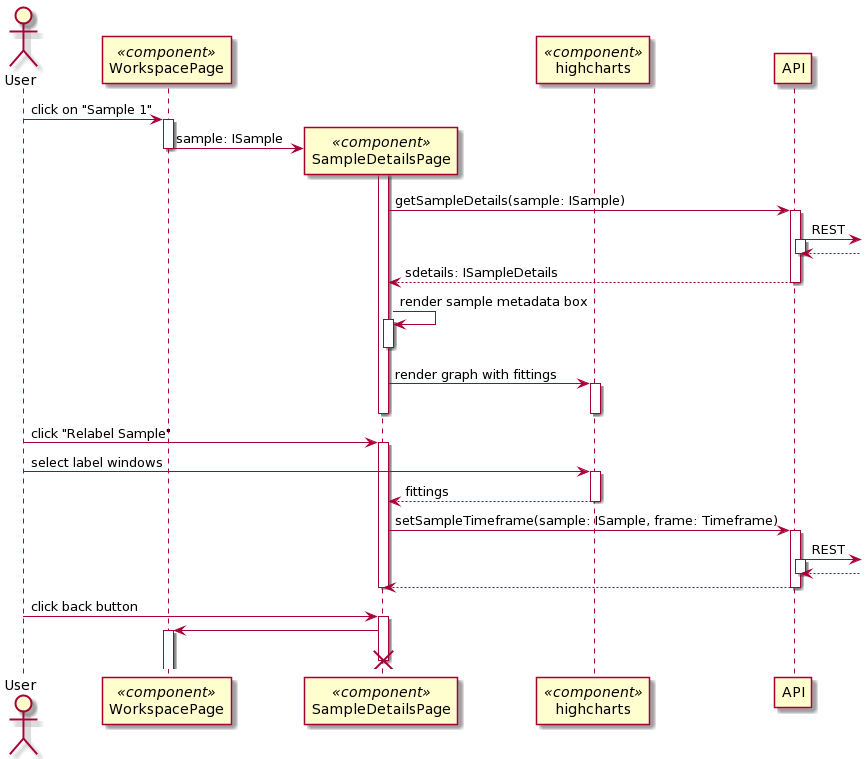
PSE-TECO-2020-TEAM1/e2e-ml_docs keeps this PlantUML diagram as Design/Documentation/figures/seq-fitting-a-sample.png. Above is the earlier version. The source it was exported from:
```plantuml
@startuml
autoactivate on

actor User as u
participant WorkspacePage as wp << component >>
participant SampleDetailsPage as sd << component >>
participant highcharts as h << component >>
participant API as api

u -> wp: click on "Sample 1"
wp -> sd **: sample: ISample
deactivate wp
activate sd
sd -> api: getSampleDetails(sample: ISample)
api ->]: REST
return
return sdetails: ISampleDetails
sd -> sd: render sample metadata box
deactivate
sd -> h: render graph with fittings
deactivate
deactivate

u -> sd: click "Relabel Sample"
u -> h: select label windows
h --> sd: fittings
deactivate h
sd -> api: setSampleTimeframe(sample: ISample, frame: Timeframe)
api ->]: REST
return
return
deactivate sd

u -> sd: click back button
sd -> wp
destroy sd
@enduml
```
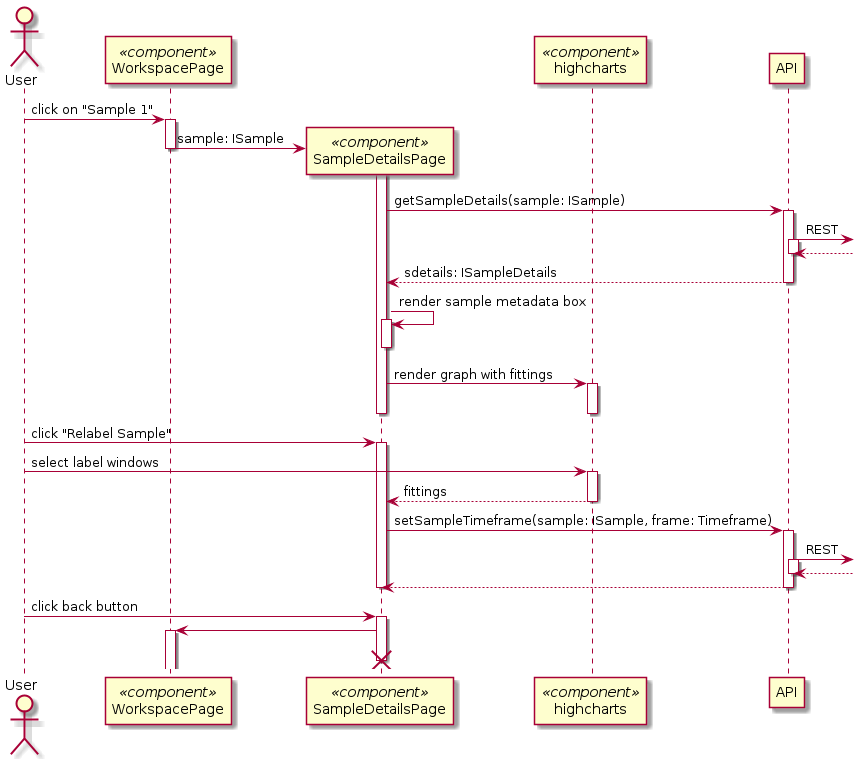
Above is the later version.

Change to the diagram source:
```diff
@@ -1,4 +1,4 @@
-@startuml
+@startuml Desktop Client - Create Workspace
 autoactivate on
 
 actor User as u
@@ -34,4 +34,5 @@
 u -> sd: click back button
 sd -> wp
 destroy sd
+
 @enduml
```
